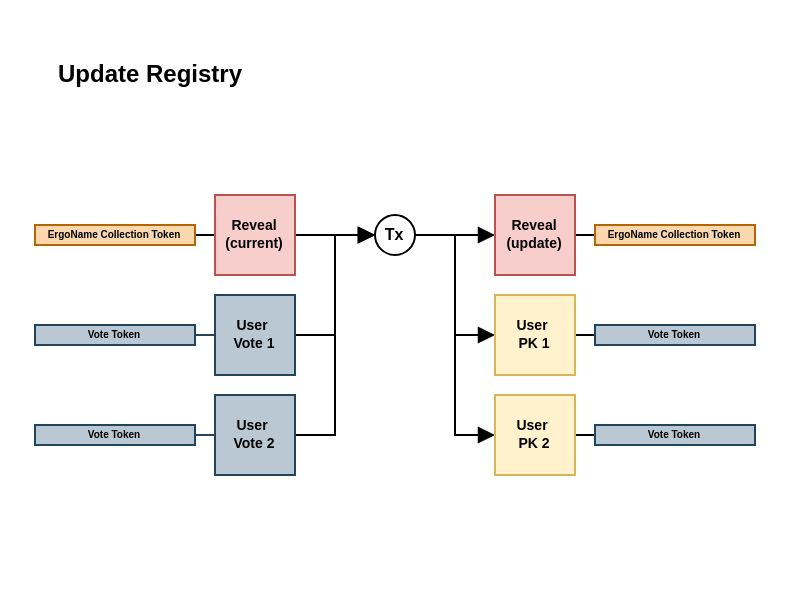
The draw.io diagram page "governance" (3 of 3) of docs/ergonames_protocol_diagrams.drawio in ergonames/ergonames-contracts, before the edit. Source tidied: cells renumbered, new cells numbered last; positions are measured from the earlier drawing's top-left corner, leaving out a move shared by most shapes. Both pictures are drawn from the tidied source at 200%, with x=0, y=0 at pixel (34, 34).
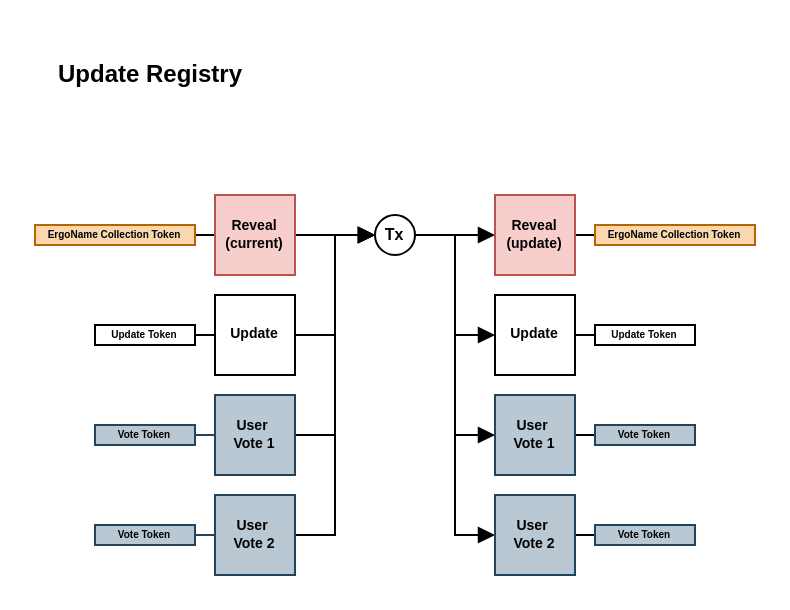
The same page after the edit.

The change refers to these unchanged cells:
```xml
<mxCell id="9" value="&lt;font style=&quot;font-size: 8px;&quot;&gt;Tx&lt;/font&gt;" style="ellipse;whiteSpace=wrap;html=1;fontStyle=1;fontSize=8;" parent="1" vertex="1">
  <mxGeometry x="170" y="90" width="20" height="20" as="geometry" />
</mxCell>
```

Change to the diagram source:
```diff
@@
+    <mxCell id="28" style="edgeStyle=orthogonalEdgeStyle;rounded=0;jettySize=auto;html=1;exitX=1;exitY=0.5;exitDx=0;exitDy=0;entryX=0;entryY=0.5;entryDx=0;entryDy=0;endArrow=block;endFill=1;" parent="1" edge="1" source="9" target="34">
+      <mxGeometry relative="1" as="geometry" />
+    </mxCell>
@@
     <mxCell id="12" value="User&amp;nbsp;&lt;div&gt;Vote&amp;nbsp;&lt;span style=&quot;background-color: transparent; color: light-dark(rgb(0, 0, 0), rgb(255, 255, 255));&quot;&gt;1&lt;/span&gt;&lt;/div&gt;" style="whiteSpace=wrap;html=1;rounded=0;fontStyle=1;fontSize=7;fillColor=#bac8d3;strokeColor=#23445d;" parent="1" vertex="1">
-      <mxGeometry x="90" y="130" width="40" height="40" as="geometry" />
+      <mxGeometry x="90" y="180" width="40" height="40" as="geometry" />
     </mxCell>
     <mxCell id="13" value="Vote Token" style="rounded=0;whiteSpace=wrap;html=1;fontSize=5;strokeWidth=1;fillColor=#bac8d3;strokeColor=#23445d;glass=0;sketch=0;verticalAlign=bottom;fontStyle=1;rotation=0;align=center;" parent="1" vertex="1">
-      <mxGeometry y="145" width="80" height="10" as="geometry" />
+      <mxGeometry x="30" y="195" width="50" height="10" as="geometry" />
     </mxCell>
@@
-    <mxCell id="15" style="edgeStyle=orthogonalEdgeStyle;rounded=0;jettySize=auto;html=1;exitX=1;exitY=0.5;exitDx=0;exitDy=0;entryX=0;entryY=0.5;entryDx=0;entryDy=0;endArrow=block;endFill=1;" parent="1" edge="1" source="16" target="9">
+    <mxCell id="15" value=" " style="edgeStyle=orthogonalEdgeStyle;rounded=0;jettySize=auto;html=1;exitX=1;exitY=0.5;exitDx=0;exitDy=0;entryX=0;entryY=0.5;entryDx=0;entryDy=0;endArrow=block;endFill=1;" parent="1" edge="1" source="16" target="9">
       <mxGeometry relative="1" as="geometry" />
     </mxCell>
     <mxCell id="16" value="User&amp;nbsp;&lt;div&gt;Vote&amp;nbsp;&lt;span style=&quot;background-color: transparent; color: light-dark(rgb(0, 0, 0), rgb(255, 255, 255));&quot;&gt;2&lt;/span&gt;&lt;/div&gt;" style="whiteSpace=wrap;html=1;rounded=0;fontStyle=1;fontSize=7;fillColor=#bac8d3;strokeColor=#23445d;" parent="1" vertex="1">
-      <mxGeometry x="90" y="180" width="40" height="40" as="geometry" />
+      <mxGeometry x="90" y="230" width="40" height="40" as="geometry" />
     </mxCell>
     <mxCell id="17" value="Vote Token" style="rounded=0;whiteSpace=wrap;html=1;fontSize=5;strokeWidth=1;fillColor=#bac8d3;strokeColor=#23445d;glass=0;sketch=0;verticalAlign=bottom;fontStyle=1;rotation=0;align=center;" parent="1" vertex="1">
-      <mxGeometry y="195" width="80" height="10" as="geometry" />
+      <mxGeometry x="30" y="245" width="50" height="10" as="geometry" />
     </mxCell>
@@
-    <mxCell id="22" value="User&amp;nbsp;&lt;div&gt;PK&amp;nbsp;&lt;span style=&quot;background-color: transparent; color: light-dark(rgb(0, 0, 0), rgb(255, 255, 255));&quot;&gt;1&lt;/span&gt;&lt;/div&gt;" style="whiteSpace=wrap;html=1;rounded=0;fontStyle=1;fontSize=7;fillColor=#fff2cc;strokeColor=#d6b656;" parent="1" vertex="1">
-      <mxGeometry x="230" y="130" width="40" height="40" as="geometry" />
+    <mxCell id="22" value="User&amp;nbsp;&lt;div&gt;Vote 1&lt;/div&gt;" style="whiteSpace=wrap;html=1;rounded=0;fontStyle=1;fontSize=7;fillColor=#bac8d3;strokeColor=#23445d;" parent="1" vertex="1">
+      <mxGeometry x="230" y="180" width="40" height="40" as="geometry" />
     </mxCell>
     <mxCell id="23" value="Vote Token" style="rounded=0;whiteSpace=wrap;html=1;fontSize=5;strokeWidth=1;fillColor=#bac8d3;strokeColor=#23445d;glass=0;sketch=0;verticalAlign=bottom;fontStyle=1;rotation=0;align=center;" parent="1" vertex="1">
-      <mxGeometry x="280" y="145" width="80" height="10" as="geometry" />
+      <mxGeometry x="280" y="195" width="50" height="10" as="geometry" />
     </mxCell>
@@
-    <mxCell id="25" value="User&amp;nbsp;&lt;div&gt;PK&amp;nbsp;&lt;span style=&quot;background-color: transparent; color: light-dark(rgb(0, 0, 0), rgb(255, 255, 255));&quot;&gt;2&lt;/span&gt;&lt;/div&gt;" style="whiteSpace=wrap;html=1;rounded=0;fontStyle=1;fontSize=7;fillColor=#fff2cc;strokeColor=#d6b656;" parent="1" vertex="1">
-      <mxGeometry x="230" y="180" width="40" height="40" as="geometry" />
+    <mxCell id="25" value="User&amp;nbsp;&lt;div&gt;Vote 2&lt;/div&gt;" style="whiteSpace=wrap;html=1;rounded=0;fontStyle=1;fontSize=7;fillColor=#bac8d3;strokeColor=#23445d;" parent="1" vertex="1">
+      <mxGeometry x="230" y="230" width="40" height="40" as="geometry" />
     </mxCell>
     <mxCell id="26" value="Vote Token" style="rounded=0;whiteSpace=wrap;html=1;fontSize=5;strokeWidth=1;fillColor=#bac8d3;strokeColor=#23445d;glass=0;sketch=0;verticalAlign=bottom;fontStyle=1;rotation=0;align=center;" parent="1" vertex="1">
-      <mxGeometry x="280" y="195" width="80" height="10" as="geometry" />
+      <mxGeometry x="280" y="245" width="50" height="10" as="geometry" />
     </mxCell>
@@
+    <mxCell id="29" style="edgeStyle=orthogonalEdgeStyle;rounded=0;jettySize=auto;html=1;exitX=0;exitY=0.5;exitDx=0;exitDy=0;entryX=1;entryY=0.5;entryDx=0;entryDy=0;endArrow=none;endFill=0;" parent="1" edge="1" source="31" target="32">
+      <mxGeometry relative="1" as="geometry" />
+    </mxCell>
+    <mxCell id="30" style="edgeStyle=orthogonalEdgeStyle;rounded=0;jettySize=auto;html=1;exitX=1;exitY=0.5;exitDx=0;exitDy=0;entryX=0;entryY=0.5;entryDx=0;entryDy=0;endArrow=block;endFill=1;" parent="1" edge="1" source="31" target="9">
+      <mxGeometry relative="1" as="geometry" />
+    </mxCell>
+    <mxCell id="31" value="Update" style="whiteSpace=wrap;html=1;rounded=0;fontStyle=1;fontSize=7;" parent="1" vertex="1">
+      <mxGeometry x="90" y="130" width="40" height="40" as="geometry" />
+    </mxCell>
+    <mxCell id="32" value="Update Token" style="rounded=0;whiteSpace=wrap;html=1;fontSize=5;strokeWidth=1;glass=0;sketch=0;verticalAlign=bottom;fontStyle=1;rotation=0;align=center;" parent="1" vertex="1">
+      <mxGeometry x="30" y="145" width="50" height="10" as="geometry" />
+    </mxCell>
+    <mxCell id="33" style="edgeStyle=orthogonalEdgeStyle;rounded=0;jettySize=auto;html=1;exitX=1;exitY=0.5;exitDx=0;exitDy=0;entryX=0;entryY=0.5;entryDx=0;entryDy=0;endArrow=none;endFill=0;" parent="1" edge="1" source="34" target="35">
+      <mxGeometry relative="1" as="geometry" />
+    </mxCell>
+    <mxCell id="34" value="Update" style="whiteSpace=wrap;html=1;rounded=0;fontStyle=1;fontSize=7;" parent="1" vertex="1">
+      <mxGeometry x="230" y="130" width="40" height="40" as="geometry" />
+    </mxCell>
+    <mxCell id="35" value="Update Token" style="rounded=0;whiteSpace=wrap;html=1;fontSize=5;strokeWidth=1;glass=0;sketch=0;verticalAlign=bottom;fontStyle=1;rotation=0;align=center;" parent="1" vertex="1">
+      <mxGeometry x="280" y="145" width="50" height="10" as="geometry" />
+    </mxCell>
```
